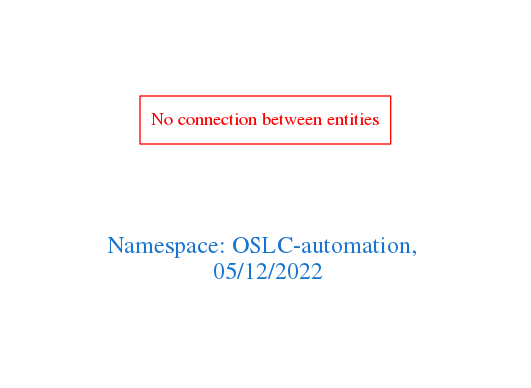
Earlier version of the Graphviz export downloads/OSLC-automation.png (arago/OGIT). Its source is kept beside it as downloads/OSLC-automation.dot.
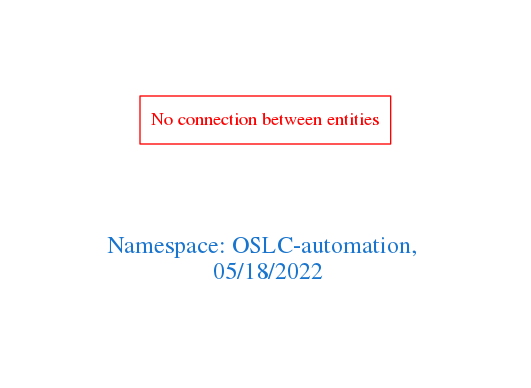
The same file after the commit.

The edit, as a diff of the source:
```diff
@@ -1,7 +1,7 @@
 digraph OGIT_ontology {
  graph [ rankdir= LR,pad=1
 fontsize = 18,
-fontcolor= dodgerblue3,label = "\n\n\nNamespace: OSLC-automation, \n 05/12/2022"];
+fontcolor= dodgerblue3,label = "\n\n\nNamespace: OSLC-automation, \n 05/18/2022"];
 node[shape=polygon];
 edge [  color="gray81"];
 
```
